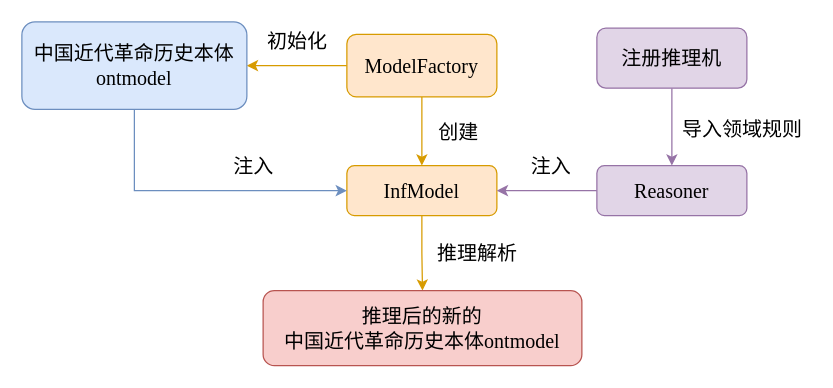
Earlier version of the draw.io diagram jena_reasoning machine.drawio (junchaoIU/Diagrams_library). Source tidied: cells renumbered, new cells numbered last; positions are measured from the earlier drawing's top-left corner, leaving out a move shared by most shapes. Both pictures are drawn from the tidied source at 125%, with x=0, y=0 at pixel (21, 21).
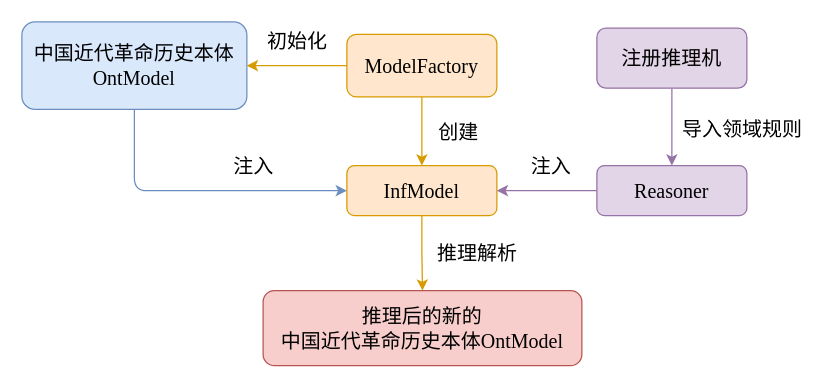
The same diagram, later.

The edit, as a diff of the source:
```diff
@@
 <mxGraphModel>
   <root>
     <mxCell id="0" />
     <mxCell id="1" parent="0" />
     <mxCell id="2" style="edgeStyle=orthogonalEdgeStyle;rounded=0;jettySize=auto;html=1;exitX=0;exitY=0.5;exitDx=0;exitDy=0;fontFamily=Times New Roman;fontSize=16;strokeWidth=1;fontStyle=0;fillColor=#ffe6cc;strokeColor=#d79b00;" parent="1" edge="1" source="4" target="13">
       <mxGeometry relative="1" as="geometry" />
     </mxCell>
     <mxCell id="3" style="edgeStyle=orthogonalEdgeStyle;rounded=0;jettySize=auto;html=1;exitX=0.5;exitY=1;exitDx=0;exitDy=0;entryX=0.5;entryY=0;entryDx=0;entryDy=0;fontFamily=Times New Roman;fontSize=16;strokeWidth=1;fontStyle=0;fillColor=#ffe6cc;strokeColor=#d79b00;" parent="1" edge="1" source="4" target="6">
       <mxGeometry relative="1" as="geometry" />
     </mxCell>
     <mxCell id="4" value="&lt;font face=&quot;Times New Roman&quot; style=&quot;font-size: 16px;&quot;&gt;&lt;span style=&quot;line-height: 1.2; font-size: 16px;&quot;&gt;ModelFactory&lt;/span&gt;&lt;/font&gt;" style="rounded=1;whiteSpace=wrap;html=1;strokeWidth=1;fontSize=16;fontStyle=0;fillColor=#ffe6cc;strokeColor=#d79b00;" parent="1" vertex="1">
       <mxGeometry x="260" y="10" width="120" height="50" as="geometry" />
     </mxCell>
     <mxCell id="5" style="edgeStyle=orthogonalEdgeStyle;rounded=0;jettySize=auto;html=1;exitX=0.5;exitY=1;exitDx=0;exitDy=0;fontFamily=Times New Roman;fontSize=16;strokeWidth=1;fontStyle=0;fillColor=#ffe6cc;strokeColor=#d79b00;" parent="1" edge="1" source="6" target="18">
       <mxGeometry relative="1" as="geometry" />
     </mxCell>
     <mxCell id="6" value="&lt;font face=&quot;Times New Roman&quot; style=&quot;font-size: 16px;&quot;&gt;&lt;span style=&quot;line-height: 1.2; font-size: 16px;&quot;&gt;InfModel&lt;/span&gt;&lt;/font&gt;" style="rounded=1;whiteSpace=wrap;html=1;strokeWidth=1;fontSize=16;fontStyle=0;fillColor=#ffe6cc;strokeColor=#d79b00;" parent="1" vertex="1">
       <mxGeometry x="260" y="115" width="120" height="40" as="geometry" />
     </mxCell>
     <mxCell id="7" style="edgeStyle=orthogonalEdgeStyle;rounded=0;jettySize=auto;html=1;exitX=0;exitY=0.5;exitDx=0;exitDy=0;entryX=1;entryY=0.5;entryDx=0;entryDy=0;fontFamily=Times New Roman;fontSize=16;strokeWidth=1;fontStyle=0;fillColor=#e1d5e7;strokeColor=#9673a6;" parent="1" edge="1" source="8" target="6">
       <mxGeometry relative="1" as="geometry" />
     </mxCell>
     <mxCell id="8" value="&lt;font face=&quot;Times New Roman&quot; style=&quot;font-size: 16px;&quot;&gt;&lt;span style=&quot;line-height: 1.2; font-size: 16px;&quot;&gt;Reasoner&lt;/span&gt;&lt;/font&gt;" style="rounded=1;whiteSpace=wrap;html=1;strokeWidth=1;fontSize=16;fontStyle=0;fillColor=#e1d5e7;strokeColor=#9673a6;" parent="1" vertex="1">
       <mxGeometry x="460" y="115" width="120" height="40" as="geometry" />
     </mxCell>
     <mxCell id="9" style="edgeStyle=orthogonalEdgeStyle;rounded=0;jettySize=auto;html=1;exitX=0.5;exitY=1;exitDx=0;exitDy=0;entryX=0.5;entryY=0;entryDx=0;entryDy=0;fontFamily=Times New Roman;fontSize=16;strokeWidth=1;fontStyle=0;fillColor=#e1d5e7;strokeColor=#9673a6;" parent="1" edge="1" source="10" target="8">
       <mxGeometry relative="1" as="geometry" />
     </mxCell>
     <mxCell id="10" value="&lt;span style=&quot;font-size: 16px;&quot;&gt;注册推理机&lt;/span&gt;" style="rounded=1;whiteSpace=wrap;html=1;strokeWidth=1;fontSize=16;fontStyle=0;fillColor=#e1d5e7;strokeColor=#9673a6;" parent="1" vertex="1">
       <mxGeometry x="460" y="5" width="120" height="48" as="geometry" />
     </mxCell>
     <mxCell id="11" value="&lt;span style=&quot;font-size: 16px;&quot;&gt;导入领域规则&lt;/span&gt;" style="text;html=1;align=center;verticalAlign=middle;strokeColor=none;fillColor=none;fontSize=16;fontFamily=Times New Roman;strokeWidth=1;fontStyle=0;" parent="1" vertex="1">
       <mxGeometry x="521" y="76" width="110" height="20" as="geometry" />
     </mxCell>
-    <mxCell id="12" style="edgeStyle=orthogonalEdgeStyle;rounded=0;jettySize=auto;html=1;exitX=0.5;exitY=1;exitDx=0;exitDy=0;entryX=0;entryY=0.5;entryDx=0;entryDy=0;fontFamily=Times New Roman;fontSize=16;strokeWidth=1;fontStyle=0;fillColor=#dae8fc;strokeColor=#6c8ebf;" parent="1" edge="1" source="13" target="6">
+    <mxCell id="12" style="edgeStyle=orthogonalEdgeStyle;rounded=1;jettySize=auto;html=1;exitX=0.5;exitY=1;exitDx=0;exitDy=0;entryX=0;entryY=0.5;entryDx=0;entryDy=0;fontFamily=Times New Roman;fontSize=16;strokeWidth=1;fontStyle=0;fillColor=#dae8fc;strokeColor=#6c8ebf;" parent="1" edge="1" source="13" target="6">
       <mxGeometry relative="1" as="geometry" />
     </mxCell>
-    <mxCell id="13" value="&lt;font face=&quot;Times New Roman&quot; style=&quot;font-size: 16px;&quot;&gt;&lt;span style=&quot;line-height: 1.2; font-size: 16px;&quot;&gt;中国近代革命历史本体ontmodel&lt;/span&gt;&lt;/font&gt;" style="rounded=1;whiteSpace=wrap;html=1;strokeWidth=1;fontSize=16;fontStyle=0;glass=0;fillColor=#dae8fc;strokeColor=#6c8ebf;" parent="1" vertex="1">
+    <mxCell id="13" value="&lt;font face=&quot;Times New Roman&quot; style=&quot;font-size: 16px&quot;&gt;&lt;span style=&quot;line-height: 1.2 ; font-size: 16px&quot;&gt;中国近代革命历史本体OntModel&lt;/span&gt;&lt;/font&gt;" style="rounded=1;whiteSpace=wrap;html=1;strokeWidth=1;fontSize=16;fontStyle=0;glass=0;fillColor=#dae8fc;strokeColor=#6c8ebf;" parent="1" vertex="1">
       <mxGeometry width="180" height="70" as="geometry" />
     </mxCell>
     <mxCell id="14" value="&lt;span style=&quot;font-size: 16px;&quot;&gt;初始化&lt;/span&gt;" style="text;html=1;align=center;verticalAlign=middle;strokeColor=none;fillColor=none;fontSize=16;fontFamily=Times New Roman;strokeWidth=1;fontStyle=0;" parent="1" vertex="1">
       <mxGeometry x="190" y="5" width="60" height="20" as="geometry" />
     </mxCell>
     <mxCell id="15" value="&lt;span style=&quot;font-size: 16px;&quot;&gt;创建&lt;/span&gt;" style="text;html=1;align=center;verticalAlign=middle;strokeColor=none;fillColor=none;fontSize=16;fontFamily=Times New Roman;strokeWidth=1;fontStyle=0;" parent="1" vertex="1">
       <mxGeometry x="324" y="78" width="50" height="20" as="geometry" />
     </mxCell>
     <mxCell id="16" value="&lt;span style=&quot;font-size: 16px;&quot;&gt;注入&lt;/span&gt;" style="text;html=1;align=center;verticalAlign=middle;strokeColor=none;fillColor=none;fontSize=16;fontFamily=Times New Roman;strokeWidth=1;fontStyle=0;" parent="1" vertex="1">
       <mxGeometry x="160" y="105" width="50" height="20" as="geometry" />
     </mxCell>
     <mxCell id="17" value="&lt;span style=&quot;font-size: 16px;&quot;&gt;注入&lt;/span&gt;" style="text;html=1;align=center;verticalAlign=middle;strokeColor=none;fillColor=none;fontSize=16;fontFamily=Times New Roman;strokeWidth=1;fontStyle=0;" parent="1" vertex="1">
       <mxGeometry x="398" y="105" width="50" height="20" as="geometry" />
     </mxCell>
-    <mxCell id="18" value="&lt;font face=&quot;Times New Roman&quot; style=&quot;font-size: 16px;&quot;&gt;&lt;span style=&quot;line-height: 1.2; font-size: 16px;&quot;&gt;推理后的新的&lt;br style=&quot;font-size: 16px;&quot;&gt;中国近代革命历史本体ontmodel&lt;/span&gt;&lt;/font&gt;" style="rounded=1;whiteSpace=wrap;html=1;strokeWidth=1;fontSize=16;fontStyle=0;fillColor=#f8cecc;strokeColor=#b85450;" parent="1" vertex="1">
+    <mxCell id="18" value="&lt;font face=&quot;Times New Roman&quot; style=&quot;font-size: 16px&quot;&gt;&lt;span style=&quot;line-height: 1.2 ; font-size: 16px&quot;&gt;推理后的新的&lt;br style=&quot;font-size: 16px&quot;&gt;中国近代革命历史本体OntModel&lt;/span&gt;&lt;/font&gt;" style="rounded=1;whiteSpace=wrap;html=1;strokeWidth=1;fontSize=16;fontStyle=0;fillColor=#f8cecc;strokeColor=#b85450;" parent="1" vertex="1">
       <mxGeometry x="193" y="215" width="255" height="60" as="geometry" />
     </mxCell>
     <mxCell id="19" value="&lt;span style=&quot;font-size: 16px;&quot;&gt;推理解析&lt;/span&gt;" style="text;html=1;align=center;verticalAlign=middle;strokeColor=none;fillColor=none;fontSize=16;fontFamily=Times New Roman;strokeWidth=1;fontStyle=0;" parent="1" vertex="1">
       <mxGeometry x="324" y="175" width="80" height="20" as="geometry" />
     </mxCell>
   </root>
 </mxGraphModel>
```
